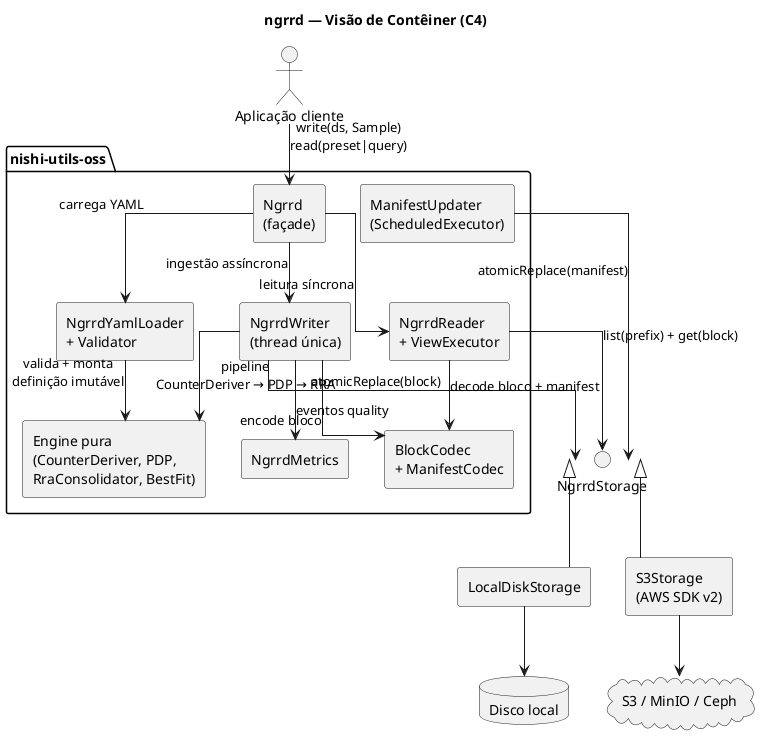
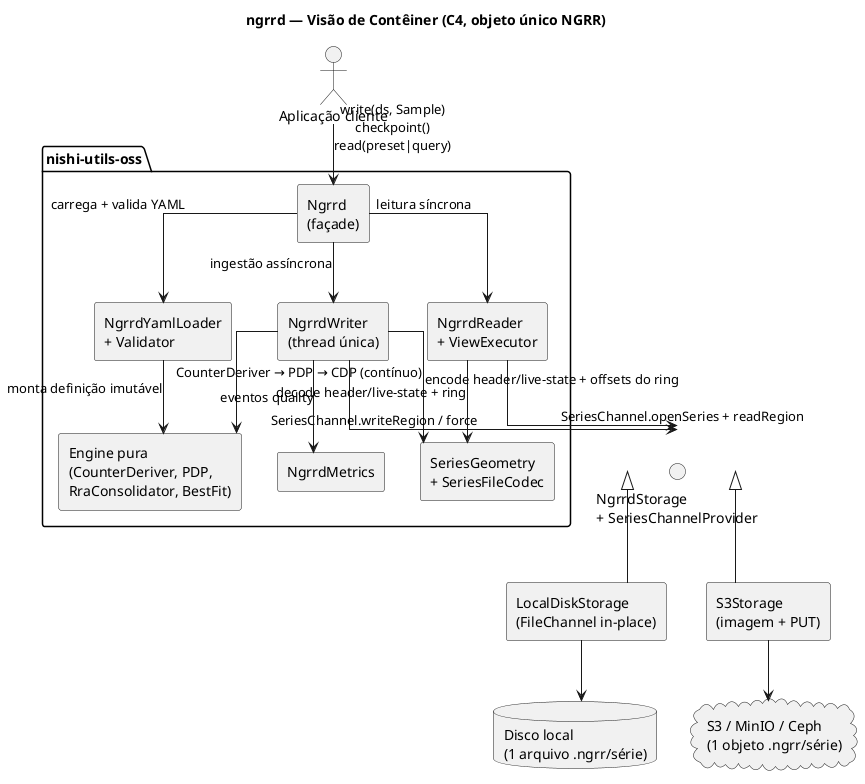
@startuml
!define RECTANGLE class

skinparam componentStyle rectangle
skinparam linetype ortho

- title ngrrd — Visão de Contêiner (C4)
+ title ngrrd — Visão de Contêiner (C4, objeto único NGRR)

actor "Aplicação cliente" as App

package "nishi-utils-oss" {
  component "Ngrrd\n(façade)" as Facade
  component "NgrrdYamlLoader\n+ Validator" as Loader
  component "Engine pura\n(CounterDeriver, PDP,\nRraConsolidator, BestFit)" as Engine
  component "NgrrdWriter\n(thread única)" as Writer
-   component "ManifestUpdater\n(ScheduledExecutor)" as Manifest
  component "NgrrdReader\n+ ViewExecutor" as Reader
-   component "BlockCodec\n+ ManifestCodec" as Format
+   component "SeriesGeometry\n+ SeriesFileCodec" as Format
  component "NgrrdMetrics" as Metrics
}

- interface "NgrrdStorage" as Storage
- component "LocalDiskStorage" as Local
- component "S3Storage\n(AWS SDK v2)" as S3
+ interface "NgrrdStorage\n+ SeriesChannelProvider" as Storage
+ component "LocalDiskStorage\n(FileChannel in-place)" as Local
+ component "S3Storage\n(imagem + PUT)" as S3

- database "Disco local" as Disk
- cloud "S3 / MinIO / Ceph" as Cloud
+ database "Disco local\n(1 arquivo .ngrr/série)" as Disk
+ cloud "S3 / MinIO / Ceph\n(1 objeto .ngrr/série)" as Cloud

- App --> Facade : write(ds, Sample)\nread(preset|query)
- Facade --> Loader : carrega YAML
- Loader --> Engine : valida + monta\ndefinição imutável
+ App --> Facade : write(ds, Sample)\ncheckpoint()\nread(preset|query)
+ Facade --> Loader : carrega + valida YAML
+ Loader --> Engine : monta definição imutável
Facade --> Writer : ingestão assíncrona
Facade --> Reader : leitura síncrona
- Writer --> Engine : pipeline\nCounterDeriver → PDP → RRA
- Writer --> Format : encode bloco
- Writer --> Storage : atomicReplace(block)
+ Writer --> Engine : CounterDeriver → PDP → CDP (contínuo)
+ Writer --> Format : encode header/live-state + offsets do ring
+ Writer --> Storage : SeriesChannel.writeRegion / force
Writer --> Metrics : eventos quality
- Manifest --> Storage : atomicReplace(manifest)
- Reader --> Storage : list(prefix) + get(block)
- Reader --> Format : decode bloco + manifest
+ Reader --> Storage : SeriesChannel.openSeries + readRegion
+ Reader --> Format : decode header/live-state + ring
Storage <|-- Local
Storage <|-- S3
Local --> Disk
S3 --> Cloud

@enduml
